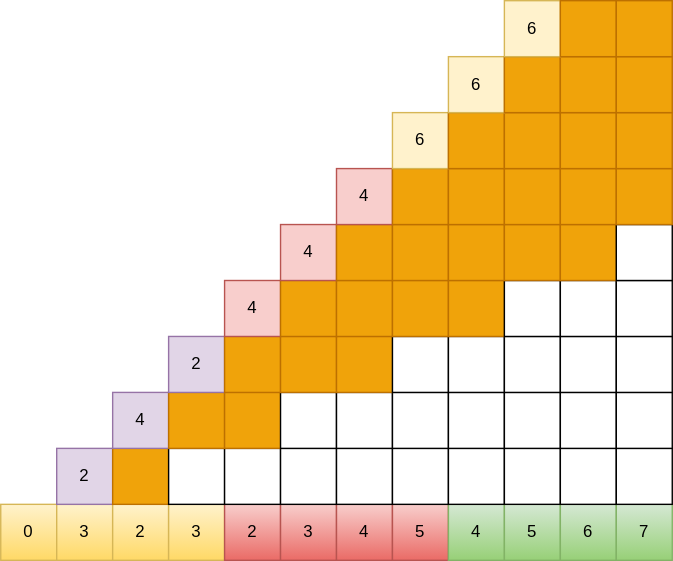
Before: static/images/1197-knight/knights.svg, a diagram exported from draw.io (frankieliu/hugo). Source tidied: cells renumbered, new cells last; positions are measured from the earlier drawing's top-left corner, leaving out a move shared by most shapes. Source of this version:
```xml
<mxGraphModel>
  <root>
    <mxCell id="0" />
    <mxCell id="1" parent="0" />
    <mxCell id="2" value="0" style="rounded=0;whiteSpace=wrap;html=1;fillColor=#fff2cc;strokeColor=#d6b656;gradientColor=#ffd966;" parent="1" vertex="1">
      <mxGeometry y="360" width="40" height="40" as="geometry" />
    </mxCell>
    <mxCell id="3" value="3" style="rounded=0;whiteSpace=wrap;html=1;fillColor=#fff2cc;strokeColor=#d6b656;gradientColor=#ffd966;" parent="1" vertex="1">
      <mxGeometry x="40" y="360" width="40" height="40" as="geometry" />
    </mxCell>
    <mxCell id="4" value="2" style="rounded=0;whiteSpace=wrap;html=1;fillColor=#fff2cc;strokeColor=#d6b656;gradientColor=#ffd966;" parent="1" vertex="1">
      <mxGeometry x="80" y="360" width="40" height="40" as="geometry" />
    </mxCell>
    <mxCell id="5" value="3" style="rounded=0;whiteSpace=wrap;html=1;fillColor=#fff2cc;strokeColor=#d6b656;gradientColor=#ffd966;" parent="1" vertex="1">
      <mxGeometry x="120" y="360" width="40" height="40" as="geometry" />
    </mxCell>
    <mxCell id="6" value="2" style="rounded=0;whiteSpace=wrap;html=1;fillColor=#f8cecc;strokeColor=#b85450;gradientColor=#ea6b66;" parent="1" vertex="1">
      <mxGeometry x="160" y="360" width="40" height="40" as="geometry" />
    </mxCell>
    <mxCell id="7" value="3" style="rounded=0;whiteSpace=wrap;html=1;fillColor=#f8cecc;strokeColor=#b85450;gradientColor=#ea6b66;" parent="1" vertex="1">
      <mxGeometry x="200" y="360" width="40" height="40" as="geometry" />
    </mxCell>
    <mxCell id="8" value="4" style="rounded=0;whiteSpace=wrap;html=1;fillColor=#f8cecc;strokeColor=#b85450;gradientColor=#ea6b66;" parent="1" vertex="1">
      <mxGeometry x="240" y="360" width="40" height="40" as="geometry" />
    </mxCell>
    <mxCell id="9" value="5" style="rounded=0;whiteSpace=wrap;html=1;fillColor=#f8cecc;strokeColor=#b85450;gradientColor=#ea6b66;" parent="1" vertex="1">
      <mxGeometry x="280" y="360" width="40" height="40" as="geometry" />
    </mxCell>
    <mxCell id="10" value="4" style="rounded=0;whiteSpace=wrap;html=1;fillColor=#d5e8d4;strokeColor=#82b366;gradientColor=#97d077;" parent="1" vertex="1">
      <mxGeometry x="320" y="360" width="40" height="40" as="geometry" />
    </mxCell>
    <mxCell id="11" value="5" style="rounded=0;whiteSpace=wrap;html=1;fillColor=#d5e8d4;strokeColor=#82b366;gradientColor=#97d077;" parent="1" vertex="1">
      <mxGeometry x="360" y="360" width="40" height="40" as="geometry" />
    </mxCell>
    <mxCell id="12" value="6" style="rounded=0;whiteSpace=wrap;html=1;fillColor=#d5e8d4;strokeColor=#82b366;gradientColor=#97d077;" parent="1" vertex="1">
      <mxGeometry x="400" y="360" width="40" height="40" as="geometry" />
    </mxCell>
    <mxCell id="13" value="7" style="rounded=0;whiteSpace=wrap;html=1;fillColor=#d5e8d4;strokeColor=#82b366;gradientColor=#97d077;" parent="1" vertex="1">
      <mxGeometry x="440" y="360" width="40" height="40" as="geometry" />
    </mxCell>
    <mxCell id="14" value="2" style="rounded=0;whiteSpace=wrap;html=1;fillColor=#e1d5e7;strokeColor=#9673a6;" parent="1" vertex="1">
      <mxGeometry x="40" y="320" width="40" height="40" as="geometry" />
    </mxCell>
    <mxCell id="15" style="rounded=0;whiteSpace=wrap;html=1;fillColor=#f0a30a;strokeColor=#BD7000;fontColor=#ffffff;" parent="1" vertex="1">
      <mxGeometry x="80" y="320" width="40" height="40" as="geometry" />
    </mxCell>
    <mxCell id="16" style="rounded=0;whiteSpace=wrap;html=1;" parent="1" vertex="1">
      <mxGeometry x="120" y="320" width="40" height="40" as="geometry" />
    </mxCell>
    <mxCell id="17" style="rounded=0;whiteSpace=wrap;html=1;" parent="1" vertex="1">
      <mxGeometry x="160" y="320" width="40" height="40" as="geometry" />
    </mxCell>
    <mxCell id="18" style="rounded=0;whiteSpace=wrap;html=1;" parent="1" vertex="1">
      <mxGeometry x="200" y="320" width="40" height="40" as="geometry" />
    </mxCell>
    <mxCell id="19" style="rounded=0;whiteSpace=wrap;html=1;" parent="1" vertex="1">
      <mxGeometry x="240" y="320" width="40" height="40" as="geometry" />
    </mxCell>
    <mxCell id="20" style="rounded=0;whiteSpace=wrap;html=1;" parent="1" vertex="1">
      <mxGeometry x="280" y="320" width="40" height="40" as="geometry" />
    </mxCell>
    <mxCell id="21" style="rounded=0;whiteSpace=wrap;html=1;" parent="1" vertex="1">
      <mxGeometry x="320" y="320" width="40" height="40" as="geometry" />
    </mxCell>
    <mxCell id="22" style="rounded=0;whiteSpace=wrap;html=1;" parent="1" vertex="1">
      <mxGeometry x="360" y="320" width="40" height="40" as="geometry" />
    </mxCell>
    <mxCell id="23" style="rounded=0;whiteSpace=wrap;html=1;" parent="1" vertex="1">
      <mxGeometry x="400" y="320" width="40" height="40" as="geometry" />
    </mxCell>
    <mxCell id="24" style="rounded=0;whiteSpace=wrap;html=1;" parent="1" vertex="1">
      <mxGeometry x="440" y="320" width="40" height="40" as="geometry" />
    </mxCell>
    <mxCell id="25" value="4" style="rounded=0;whiteSpace=wrap;html=1;fillColor=#e1d5e7;strokeColor=#9673a6;" parent="1" vertex="1">
      <mxGeometry x="80" y="280" width="40" height="40" as="geometry" />
    </mxCell>
    <mxCell id="26" style="rounded=0;whiteSpace=wrap;html=1;fillColor=#f0a30a;strokeColor=#BD7000;fontColor=#ffffff;" parent="1" vertex="1">
      <mxGeometry x="120" y="280" width="40" height="40" as="geometry" />
    </mxCell>
    <mxCell id="27" style="rounded=0;whiteSpace=wrap;html=1;fillColor=#f0a30a;strokeColor=#BD7000;fontColor=#ffffff;" parent="1" vertex="1">
      <mxGeometry x="160" y="280" width="40" height="40" as="geometry" />
    </mxCell>
    <mxCell id="28" style="rounded=0;whiteSpace=wrap;html=1;" parent="1" vertex="1">
      <mxGeometry x="200" y="280" width="40" height="40" as="geometry" />
    </mxCell>
    <mxCell id="29" style="rounded=0;whiteSpace=wrap;html=1;" parent="1" vertex="1">
      <mxGeometry x="240" y="280" width="40" height="40" as="geometry" />
    </mxCell>
    <mxCell id="30" style="rounded=0;whiteSpace=wrap;html=1;" parent="1" vertex="1">
      <mxGeometry x="280" y="280" width="40" height="40" as="geometry" />
    </mxCell>
    <mxCell id="31" style="rounded=0;whiteSpace=wrap;html=1;" parent="1" vertex="1">
      <mxGeometry x="320" y="280" width="40" height="40" as="geometry" />
    </mxCell>
    <mxCell id="32" style="rounded=0;whiteSpace=wrap;html=1;" parent="1" vertex="1">
      <mxGeometry x="360" y="280" width="40" height="40" as="geometry" />
    </mxCell>
    <mxCell id="33" style="rounded=0;whiteSpace=wrap;html=1;" parent="1" vertex="1">
      <mxGeometry x="400" y="280" width="40" height="40" as="geometry" />
    </mxCell>
    <mxCell id="34" style="rounded=0;whiteSpace=wrap;html=1;" parent="1" vertex="1">
      <mxGeometry x="440" y="280" width="40" height="40" as="geometry" />
    </mxCell>
    <mxCell id="35" value="2" style="rounded=0;whiteSpace=wrap;html=1;fillColor=#e1d5e7;strokeColor=#9673a6;" parent="1" vertex="1">
      <mxGeometry x="120" y="240" width="40" height="40" as="geometry" />
    </mxCell>
    <mxCell id="36" style="rounded=0;whiteSpace=wrap;html=1;fillColor=#f0a30a;strokeColor=#BD7000;fontColor=#ffffff;" parent="1" vertex="1">
      <mxGeometry x="160" y="240" width="40" height="40" as="geometry" />
    </mxCell>
    <mxCell id="37" style="rounded=0;whiteSpace=wrap;html=1;fillColor=#f0a30a;strokeColor=#BD7000;fontColor=#ffffff;" parent="1" vertex="1">
      <mxGeometry x="200" y="240" width="40" height="40" as="geometry" />
    </mxCell>
    <mxCell id="38" style="rounded=0;whiteSpace=wrap;html=1;fillColor=#f0a30a;strokeColor=#BD7000;fontColor=#ffffff;" parent="1" vertex="1">
      <mxGeometry x="240" y="240" width="40" height="40" as="geometry" />
    </mxCell>
    <mxCell id="39" style="rounded=0;whiteSpace=wrap;html=1;" parent="1" vertex="1">
      <mxGeometry x="280" y="240" width="40" height="40" as="geometry" />
    </mxCell>
    <mxCell id="40" style="rounded=0;whiteSpace=wrap;html=1;" parent="1" vertex="1">
      <mxGeometry x="320" y="240" width="40" height="40" as="geometry" />
    </mxCell>
    <mxCell id="41" style="rounded=0;whiteSpace=wrap;html=1;" parent="1" vertex="1">
      <mxGeometry x="360" y="240" width="40" height="40" as="geometry" />
    </mxCell>
    <mxCell id="42" style="rounded=0;whiteSpace=wrap;html=1;" parent="1" vertex="1">
      <mxGeometry x="400" y="240" width="40" height="40" as="geometry" />
    </mxCell>
    <mxCell id="43" style="rounded=0;whiteSpace=wrap;html=1;" parent="1" vertex="1">
      <mxGeometry x="440" y="240" width="40" height="40" as="geometry" />
    </mxCell>
    <mxCell id="44" value="4" style="rounded=0;whiteSpace=wrap;html=1;fillColor=#f8cecc;strokeColor=#b85450;" parent="1" vertex="1">
      <mxGeometry x="160" y="200" width="40" height="40" as="geometry" />
    </mxCell>
    <mxCell id="45" style="rounded=0;whiteSpace=wrap;html=1;fillColor=#f0a30a;strokeColor=#BD7000;fontColor=#ffffff;" parent="1" vertex="1">
      <mxGeometry x="200" y="200" width="40" height="40" as="geometry" />
    </mxCell>
    <mxCell id="46" style="rounded=0;whiteSpace=wrap;html=1;fillColor=#f0a30a;strokeColor=#BD7000;fontColor=#ffffff;" parent="1" vertex="1">
      <mxGeometry x="240" y="200" width="40" height="40" as="geometry" />
    </mxCell>
    <mxCell id="47" style="rounded=0;whiteSpace=wrap;html=1;fillColor=#f0a30a;strokeColor=#BD7000;fontColor=#ffffff;" parent="1" vertex="1">
      <mxGeometry x="280" y="200" width="40" height="40" as="geometry" />
    </mxCell>
    <mxCell id="48" style="rounded=0;whiteSpace=wrap;html=1;fillColor=#f0a30a;strokeColor=#BD7000;fontColor=#ffffff;" parent="1" vertex="1">
      <mxGeometry x="320" y="200" width="40" height="40" as="geometry" />
    </mxCell>
    <mxCell id="49" style="rounded=0;whiteSpace=wrap;html=1;" parent="1" vertex="1">
      <mxGeometry x="360" y="200" width="40" height="40" as="geometry" />
    </mxCell>
    <mxCell id="50" style="rounded=0;whiteSpace=wrap;html=1;" parent="1" vertex="1">
      <mxGeometry x="400" y="200" width="40" height="40" as="geometry" />
    </mxCell>
    <mxCell id="51" style="rounded=0;whiteSpace=wrap;html=1;" parent="1" vertex="1">
      <mxGeometry x="440" y="200" width="40" height="40" as="geometry" />
    </mxCell>
    <mxCell id="52" value="4" style="rounded=0;whiteSpace=wrap;html=1;fillColor=#f8cecc;strokeColor=#b85450;" parent="1" vertex="1">
      <mxGeometry x="200" y="160" width="40" height="40" as="geometry" />
    </mxCell>
    <mxCell id="53" style="rounded=0;whiteSpace=wrap;html=1;fillColor=#f0a30a;strokeColor=#BD7000;fontColor=#ffffff;" parent="1" vertex="1">
      <mxGeometry x="240" y="160" width="40" height="40" as="geometry" />
    </mxCell>
    <mxCell id="54" style="rounded=0;whiteSpace=wrap;html=1;fillColor=#f0a30a;strokeColor=#BD7000;fontColor=#ffffff;" parent="1" vertex="1">
      <mxGeometry x="280" y="160" width="40" height="40" as="geometry" />
    </mxCell>
    <mxCell id="55" style="rounded=0;whiteSpace=wrap;html=1;fillColor=#f0a30a;strokeColor=#BD7000;fontColor=#ffffff;" parent="1" vertex="1">
      <mxGeometry x="320" y="160" width="40" height="40" as="geometry" />
    </mxCell>
    <mxCell id="56" style="rounded=0;whiteSpace=wrap;html=1;fillColor=#f0a30a;strokeColor=#BD7000;fontColor=#ffffff;" parent="1" vertex="1">
      <mxGeometry x="360" y="160" width="40" height="40" as="geometry" />
    </mxCell>
    <mxCell id="57" style="rounded=0;whiteSpace=wrap;html=1;fillColor=#f0a30a;strokeColor=#BD7000;fontColor=#ffffff;" parent="1" vertex="1">
      <mxGeometry x="400" y="160" width="40" height="40" as="geometry" />
    </mxCell>
    <mxCell id="58" style="rounded=0;whiteSpace=wrap;html=1;" parent="1" vertex="1">
      <mxGeometry x="440" y="160" width="40" height="40" as="geometry" />
    </mxCell>
    <mxCell id="59" value="4" style="rounded=0;whiteSpace=wrap;html=1;fillColor=#f8cecc;strokeColor=#b85450;" parent="1" vertex="1">
      <mxGeometry x="240" y="120" width="40" height="40" as="geometry" />
    </mxCell>
    <mxCell id="60" style="rounded=0;whiteSpace=wrap;html=1;fillColor=#f0a30a;strokeColor=#BD7000;fontColor=#ffffff;" parent="1" vertex="1">
      <mxGeometry x="280" y="120" width="40" height="40" as="geometry" />
    </mxCell>
    <mxCell id="61" style="rounded=0;whiteSpace=wrap;html=1;fillColor=#f0a30a;strokeColor=#BD7000;fontColor=#ffffff;" parent="1" vertex="1">
      <mxGeometry x="320" y="120" width="40" height="40" as="geometry" />
    </mxCell>
    <mxCell id="62" style="rounded=0;whiteSpace=wrap;html=1;fillColor=#f0a30a;strokeColor=#BD7000;fontColor=#ffffff;" parent="1" vertex="1">
      <mxGeometry x="360" y="120" width="40" height="40" as="geometry" />
    </mxCell>
    <mxCell id="63" style="rounded=0;whiteSpace=wrap;html=1;fillColor=#f0a30a;strokeColor=#BD7000;fontColor=#ffffff;" parent="1" vertex="1">
      <mxGeometry x="400" y="120" width="40" height="40" as="geometry" />
    </mxCell>
    <mxCell id="64" style="rounded=0;whiteSpace=wrap;html=1;fillColor=#f0a30a;strokeColor=#BD7000;fontColor=#ffffff;" parent="1" vertex="1">
      <mxGeometry x="440" y="120" width="40" height="40" as="geometry" />
    </mxCell>
    <mxCell id="65" value="6" style="rounded=0;whiteSpace=wrap;html=1;fillColor=#fff2cc;strokeColor=#d6b656;" parent="1" vertex="1">
      <mxGeometry x="280" y="80" width="40" height="40" as="geometry" />
    </mxCell>
    <mxCell id="66" style="rounded=0;whiteSpace=wrap;html=1;fillColor=#f0a30a;strokeColor=#BD7000;fontColor=#ffffff;" parent="1" vertex="1">
      <mxGeometry x="320" y="80" width="40" height="40" as="geometry" />
    </mxCell>
    <mxCell id="67" style="rounded=0;whiteSpace=wrap;html=1;fillColor=#f0a30a;strokeColor=#BD7000;fontColor=#ffffff;" parent="1" vertex="1">
      <mxGeometry x="360" y="80" width="40" height="40" as="geometry" />
    </mxCell>
    <mxCell id="68" style="rounded=0;whiteSpace=wrap;html=1;fillColor=#f0a30a;strokeColor=#BD7000;fontColor=#ffffff;" parent="1" vertex="1">
      <mxGeometry x="400" y="80" width="40" height="40" as="geometry" />
    </mxCell>
    <mxCell id="69" style="rounded=0;whiteSpace=wrap;html=1;fillColor=#f0a30a;strokeColor=#BD7000;fontColor=#ffffff;" parent="1" vertex="1">
      <mxGeometry x="440" y="80" width="40" height="40" as="geometry" />
    </mxCell>
    <mxCell id="70" value="6" style="rounded=0;whiteSpace=wrap;html=1;fillColor=#fff2cc;strokeColor=#d6b656;" parent="1" vertex="1">
      <mxGeometry x="320" y="40" width="40" height="40" as="geometry" />
    </mxCell>
    <mxCell id="71" style="rounded=0;whiteSpace=wrap;html=1;fillColor=#f0a30a;strokeColor=#BD7000;fontColor=#ffffff;" parent="1" vertex="1">
      <mxGeometry x="360" y="40" width="40" height="40" as="geometry" />
    </mxCell>
    <mxCell id="72" style="rounded=0;whiteSpace=wrap;html=1;fillColor=#f0a30a;strokeColor=#BD7000;fontColor=#ffffff;" parent="1" vertex="1">
      <mxGeometry x="400" y="40" width="40" height="40" as="geometry" />
    </mxCell>
    <mxCell id="73" style="rounded=0;whiteSpace=wrap;html=1;fillColor=#f0a30a;strokeColor=#BD7000;fontColor=#ffffff;" parent="1" vertex="1">
      <mxGeometry x="440" y="40" width="40" height="40" as="geometry" />
    </mxCell>
    <mxCell id="74" value="6" style="rounded=0;whiteSpace=wrap;html=1;fillColor=#fff2cc;strokeColor=#d6b656;" parent="1" vertex="1">
      <mxGeometry x="360" width="40" height="40" as="geometry" />
    </mxCell>
    <mxCell id="75" style="rounded=0;whiteSpace=wrap;html=1;fillColor=#f0a30a;strokeColor=#BD7000;fontColor=#ffffff;" parent="1" vertex="1">
      <mxGeometry x="400" width="40" height="40" as="geometry" />
    </mxCell>
    <mxCell id="76" style="rounded=0;whiteSpace=wrap;html=1;fillColor=#f0a30a;strokeColor=#BD7000;fontColor=#ffffff;" parent="1" vertex="1">
      <mxGeometry x="440" width="40" height="40" as="geometry" />
    </mxCell>
  </root>
</mxGraphModel>
```
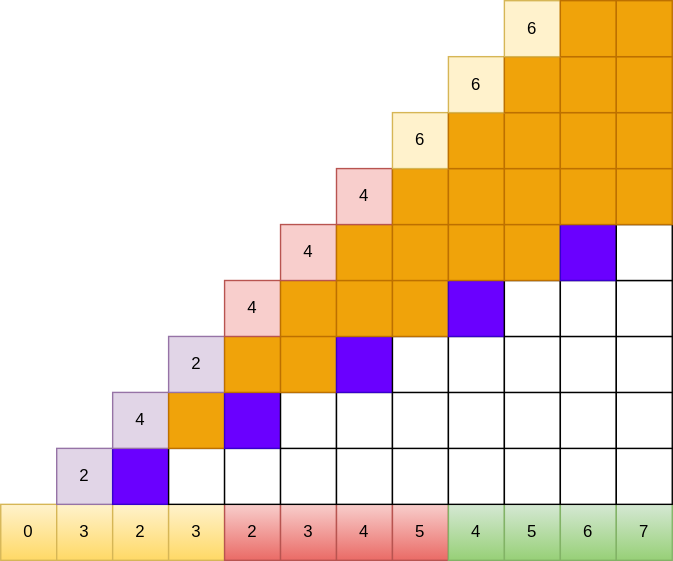
Later version of the same file.

Change to the diagram source:
```diff
@@ -41,7 +41,7 @@
     <mxCell id="14" value="2" style="rounded=0;whiteSpace=wrap;html=1;fillColor=#e1d5e7;strokeColor=#9673a6;" parent="1" vertex="1">
       <mxGeometry x="40" y="320" width="40" height="40" as="geometry" />
     </mxCell>
-    <mxCell id="15" style="rounded=0;whiteSpace=wrap;html=1;fillColor=#f0a30a;strokeColor=#BD7000;fontColor=#ffffff;" parent="1" vertex="1">
+    <mxCell id="15" style="rounded=0;whiteSpace=wrap;html=1;fillColor=#6a00ff;strokeColor=#3700CC;fontColor=#ffffff;" parent="1" vertex="1">
       <mxGeometry x="80" y="320" width="40" height="40" as="geometry" />
     </mxCell>
     <mxCell id="16" style="rounded=0;whiteSpace=wrap;html=1;" parent="1" vertex="1">
@@ -77,7 +77,7 @@
     <mxCell id="26" style="rounded=0;whiteSpace=wrap;html=1;fillColor=#f0a30a;strokeColor=#BD7000;fontColor=#ffffff;" parent="1" vertex="1">
       <mxGeometry x="120" y="280" width="40" height="40" as="geometry" />
     </mxCell>
-    <mxCell id="27" style="rounded=0;whiteSpace=wrap;html=1;fillColor=#f0a30a;strokeColor=#BD7000;fontColor=#ffffff;" parent="1" vertex="1">
+    <mxCell id="27" style="rounded=0;whiteSpace=wrap;html=1;fillColor=#6a00ff;strokeColor=#3700CC;fontColor=#ffffff;" parent="1" vertex="1">
       <mxGeometry x="160" y="280" width="40" height="40" as="geometry" />
     </mxCell>
     <mxCell id="28" style="rounded=0;whiteSpace=wrap;html=1;" parent="1" vertex="1">
@@ -110,7 +110,7 @@
     <mxCell id="37" style="rounded=0;whiteSpace=wrap;html=1;fillColor=#f0a30a;strokeColor=#BD7000;fontColor=#ffffff;" parent="1" vertex="1">
       <mxGeometry x="200" y="240" width="40" height="40" as="geometry" />
     </mxCell>
-    <mxCell id="38" style="rounded=0;whiteSpace=wrap;html=1;fillColor=#f0a30a;strokeColor=#BD7000;fontColor=#ffffff;" parent="1" vertex="1">
+    <mxCell id="38" style="rounded=0;whiteSpace=wrap;html=1;fillColor=#6a00ff;strokeColor=#3700CC;fontColor=#ffffff;" parent="1" vertex="1">
       <mxGeometry x="240" y="240" width="40" height="40" as="geometry" />
     </mxCell>
     <mxCell id="39" style="rounded=0;whiteSpace=wrap;html=1;" parent="1" vertex="1">
@@ -140,7 +140,7 @@
     <mxCell id="47" style="rounded=0;whiteSpace=wrap;html=1;fillColor=#f0a30a;strokeColor=#BD7000;fontColor=#ffffff;" parent="1" vertex="1">
       <mxGeometry x="280" y="200" width="40" height="40" as="geometry" />
     </mxCell>
-    <mxCell id="48" style="rounded=0;whiteSpace=wrap;html=1;fillColor=#f0a30a;strokeColor=#BD7000;fontColor=#ffffff;" parent="1" vertex="1">
+    <mxCell id="48" style="rounded=0;whiteSpace=wrap;html=1;fillColor=#6a00ff;strokeColor=#3700CC;fontColor=#ffffff;" parent="1" vertex="1">
       <mxGeometry x="320" y="200" width="40" height="40" as="geometry" />
     </mxCell>
     <mxCell id="49" style="rounded=0;whiteSpace=wrap;html=1;" parent="1" vertex="1">
@@ -167,7 +167,7 @@
     <mxCell id="56" style="rounded=0;whiteSpace=wrap;html=1;fillColor=#f0a30a;strokeColor=#BD7000;fontColor=#ffffff;" parent="1" vertex="1">
       <mxGeometry x="360" y="160" width="40" height="40" as="geometry" />
     </mxCell>
-    <mxCell id="57" style="rounded=0;whiteSpace=wrap;html=1;fillColor=#f0a30a;strokeColor=#BD7000;fontColor=#ffffff;" parent="1" vertex="1">
+    <mxCell id="57" style="rounded=0;whiteSpace=wrap;html=1;fillColor=#6a00ff;strokeColor=#3700CC;fontColor=#ffffff;" parent="1" vertex="1">
       <mxGeometry x="400" y="160" width="40" height="40" as="geometry" />
     </mxCell>
     <mxCell id="58" style="rounded=0;whiteSpace=wrap;html=1;" parent="1" vertex="1">
```
